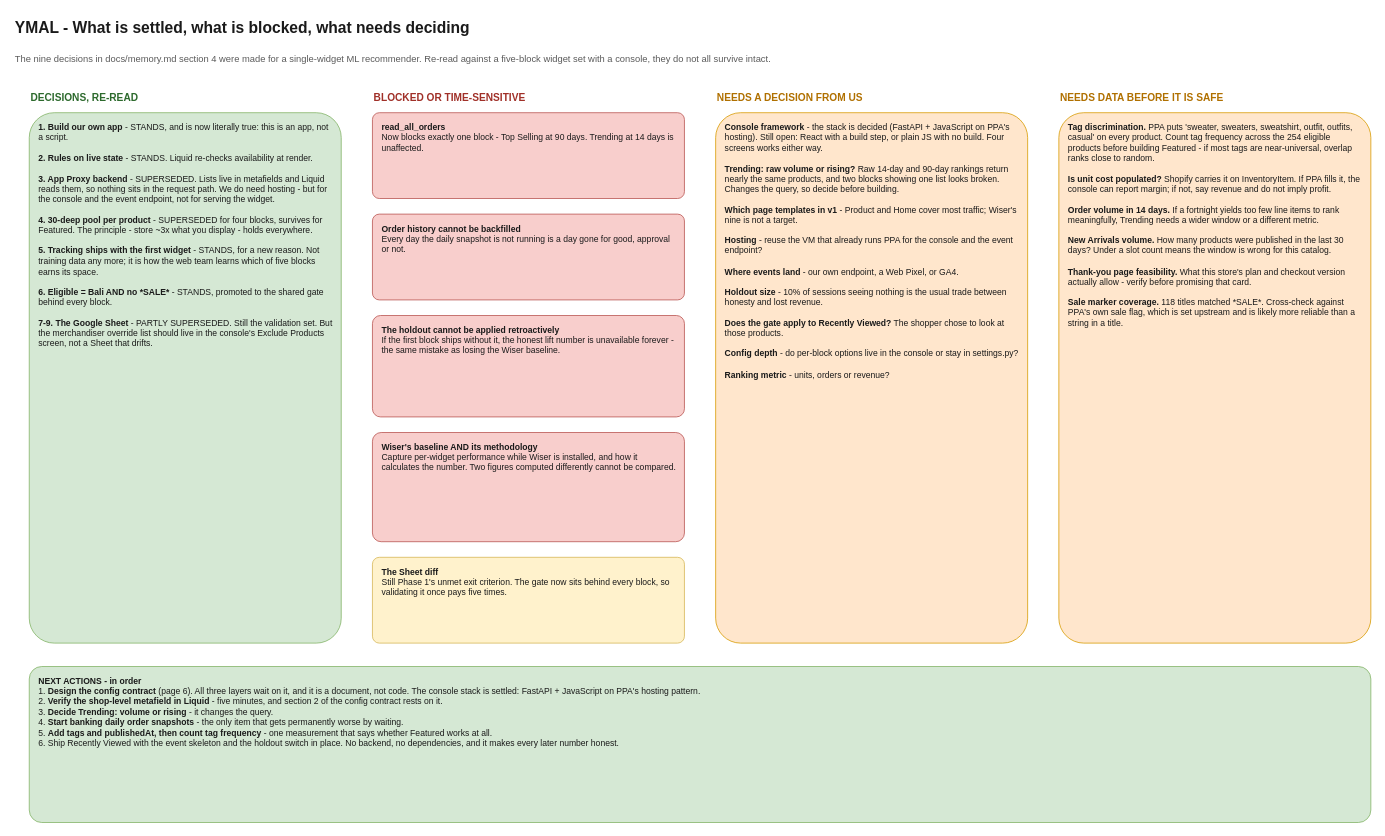
Wooden-Ships-Knits/ymal-project keeps this draw.io diagram as page "9. Decisions and Open Questions" (9 of 9) of docs/ymal-flow.drawio. Above is the earlier version. Source tidied: cells renumbered, new cells numbered last; positions are measured from the earlier drawing's top-left corner, leaving out a move shared by most shapes. Both pictures are drawn from the tidied source at 78%, with x=0, y=0 at pixel (13, 13).
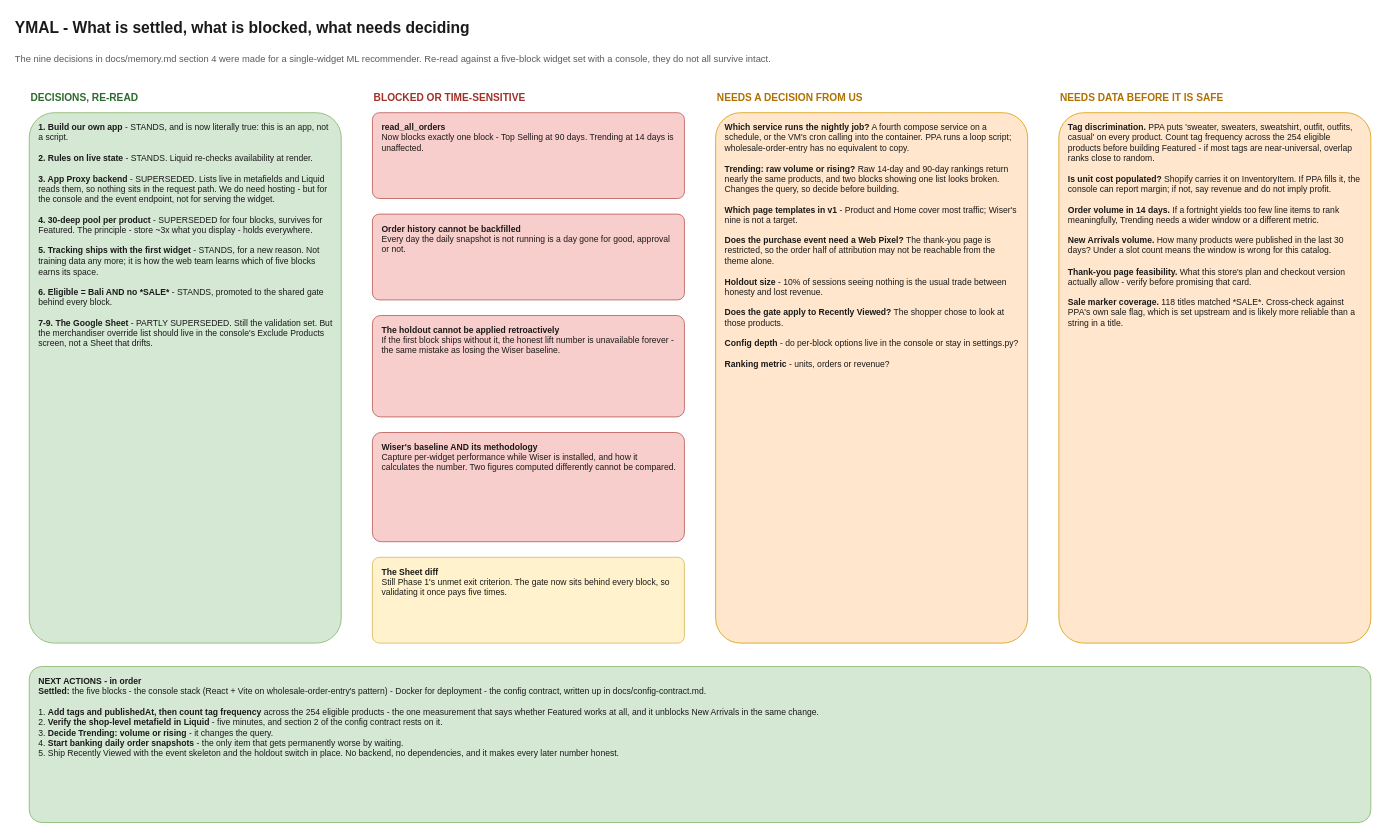
Above is the later version.

Commit message (it also covers changes not shown here):
docs: record the Docker decision and fix drift in the anchor

Diff of the diagram source:
```diff
@@
 <mxGraphModel>
   <root>
     <mxCell id="0" />
     <mxCell id="1" parent="0" />
     <mxCell id="2" value="YMAL - What is settled, what is blocked, what needs deciding" style="text;html=1;align=left;verticalAlign=middle;fontSize=20;fontStyle=1;fontColor=#1A1A1A;" parent="1" vertex="1">
       <mxGeometry width="1150" height="34" as="geometry" />
     </mxCell>
     <mxCell id="3" value="The nine decisions in docs/memory.md section 4 were made for a single-widget ML recommender. Re-read against a five-block widget set with a console, they do not all survive intact." style="text;html=1;align=left;verticalAlign=middle;fontSize=12;fontColor=#5A5A5A;" parent="1" vertex="1">
       <mxGeometry y="38" width="1250" height="40" as="geometry" />
     </mxCell>
     <mxCell id="4" value="DECISIONS, RE-READ" style="text;html=1;align=left;verticalAlign=middle;fontSize=13;fontStyle=1;fontColor=#2D6A2D;" parent="1" vertex="1">
       <mxGeometry x="20" y="92" width="400" height="30" as="geometry" />
     </mxCell>
     <mxCell id="5" value="&lt;b&gt;1. Build our own app&lt;/b&gt;  -  STANDS, and is now literally true: this is an app, not a script.&lt;br&gt;&lt;br&gt;&lt;b&gt;2. Rules on live state&lt;/b&gt;  -  STANDS. Liquid re-checks availability at render.&lt;br&gt;&lt;br&gt;&lt;b&gt;3. App Proxy backend&lt;/b&gt;  -  SUPERSEDED. Lists live in metafields and Liquid reads them, so nothing sits in the request path. We do need hosting - but for the console and the event endpoint, not for serving the widget.&lt;br&gt;&lt;br&gt;&lt;b&gt;4. 30-deep pool per product&lt;/b&gt;  -  SUPERSEDED for four blocks, survives for Featured. The principle - store ~3x what you display - holds everywhere.&lt;br&gt;&lt;br&gt;&lt;b&gt;5. Tracking ships with the first widget&lt;/b&gt;  -  STANDS, for a new reason. Not training data any more; it is how the web team learns which of five blocks earns its space.&lt;br&gt;&lt;br&gt;&lt;b&gt;6. Eligible = Bali AND no *SALE*&lt;/b&gt;  -  STANDS, promoted to the shared gate behind every block.&lt;br&gt;&lt;br&gt;&lt;b&gt;7-9. The Google Sheet&lt;/b&gt;  -  PARTLY SUPERSEDED. Still the validation set. But the merchandiser override list should live in the console's Exclude Products screen, not a Sheet that drifts." style="rounded=1;whiteSpace=wrap;html=1;fillColor=#D5E8D4;strokeColor=#82B366;align=left;verticalAlign=top;spacingLeft=10;spacingRight=10;spacingTop=6;spacingBottom=6;fontSize=11;fontColor=#1A1A1A;arcSize=8;" parent="1" vertex="1">
       <mxGeometry x="20" y="127" width="400" height="680" as="geometry" />
     </mxCell>
     <mxCell id="6" value="BLOCKED OR TIME-SENSITIVE" style="text;html=1;align=left;verticalAlign=middle;fontSize=13;fontStyle=1;fontColor=#A03028;" parent="1" vertex="1">
       <mxGeometry x="460" y="92" width="400" height="30" as="geometry" />
     </mxCell>
     <mxCell id="7" value="&lt;b&gt;read_all_orders&lt;/b&gt;&lt;br&gt;Now blocks exactly one block - Top Selling at 90 days. Trending at 14 days is unaffected." style="rounded=1;whiteSpace=wrap;html=1;fillColor=#F8CECC;strokeColor=#B85450;align=left;verticalAlign=top;spacingLeft=10;spacingRight=10;spacingTop=6;spacingBottom=6;fontSize=11;fontColor=#1A1A1A;arcSize=8;" parent="1" vertex="1">
       <mxGeometry x="460" y="127" width="400" height="110" as="geometry" />
     </mxCell>
     <mxCell id="8" value="&lt;b&gt;Order history cannot be backfilled&lt;/b&gt;&lt;br&gt;Every day the daily snapshot is not running is a day gone for good, approval or not." style="rounded=1;whiteSpace=wrap;html=1;fillColor=#F8CECC;strokeColor=#B85450;align=left;verticalAlign=top;spacingLeft=10;spacingRight=10;spacingTop=6;spacingBottom=6;fontSize=11;fontColor=#1A1A1A;arcSize=8;" parent="1" vertex="1">
       <mxGeometry x="460" y="257" width="400" height="110" as="geometry" />
     </mxCell>
     <mxCell id="9" value="&lt;b&gt;The holdout cannot be applied retroactively&lt;/b&gt;&lt;br&gt;If the first block ships without it, the honest lift number is unavailable forever - the same mistake as losing the Wiser baseline." style="rounded=1;whiteSpace=wrap;html=1;fillColor=#F8CECC;strokeColor=#B85450;align=left;verticalAlign=top;spacingLeft=10;spacingRight=10;spacingTop=6;spacingBottom=6;fontSize=11;fontColor=#1A1A1A;arcSize=8;" parent="1" vertex="1">
       <mxGeometry x="460" y="387" width="400" height="130" as="geometry" />
     </mxCell>
     <mxCell id="10" value="&lt;b&gt;Wiser's baseline AND its methodology&lt;/b&gt;&lt;br&gt;Capture per-widget performance while Wiser is installed, and how it calculates the number. Two figures computed differently cannot be compared." style="rounded=1;whiteSpace=wrap;html=1;fillColor=#F8CECC;strokeColor=#B85450;align=left;verticalAlign=top;spacingLeft=10;spacingRight=10;spacingTop=6;spacingBottom=6;fontSize=11;fontColor=#1A1A1A;arcSize=8;" parent="1" vertex="1">
       <mxGeometry x="460" y="537" width="400" height="140" as="geometry" />
     </mxCell>
     <mxCell id="11" value="&lt;b&gt;The Sheet diff&lt;/b&gt;&lt;br&gt;Still Phase 1's unmet exit criterion. The gate now sits behind every block, so validating it once pays five times." style="rounded=1;whiteSpace=wrap;html=1;fillColor=#FFF2CC;strokeColor=#D6B656;align=left;verticalAlign=top;spacingLeft=10;spacingRight=10;spacingTop=6;spacingBottom=6;fontSize=11;fontColor=#1A1A1A;arcSize=8;" parent="1" vertex="1">
       <mxGeometry x="460" y="697" width="400" height="110" as="geometry" />
     </mxCell>
     <mxCell id="12" value="NEEDS A DECISION FROM US" style="text;html=1;align=left;verticalAlign=middle;fontSize=13;fontStyle=1;fontColor=#B07000;" parent="1" vertex="1">
       <mxGeometry x="900" y="92" width="400" height="30" as="geometry" />
     </mxCell>
-    <mxCell id="13" value="&lt;b&gt;Console framework&lt;/b&gt; - the stack is decided (FastAPI + JavaScript on PPA's hosting). Still open: React with a build step, or plain JS with no build. Four screens works either way.&lt;br&gt;&lt;br&gt;&lt;b&gt;Trending: raw volume or rising?&lt;/b&gt; Raw 14-day and 90-day rankings return nearly the same products, and two blocks showing one list looks broken. Changes the query, so decide before building.&lt;br&gt;&lt;br&gt;&lt;b&gt;Which page templates in v1&lt;/b&gt; - Product and Home cover most traffic; Wiser's nine is not a target.&lt;br&gt;&lt;br&gt;&lt;b&gt;Hosting&lt;/b&gt; - reuse the VM that already runs PPA for the console and the event endpoint?&lt;br&gt;&lt;br&gt;&lt;b&gt;Where events land&lt;/b&gt; - our own endpoint, a Web Pixel, or GA4.&lt;br&gt;&lt;br&gt;&lt;b&gt;Holdout size&lt;/b&gt; - 10% of sessions seeing nothing is the usual trade between honesty and lost revenue.&lt;br&gt;&lt;br&gt;&lt;b&gt;Does the gate apply to Recently Viewed?&lt;/b&gt; The shopper chose to look at those products.&lt;br&gt;&lt;br&gt;&lt;b&gt;Config depth&lt;/b&gt; - do per-block options live in the console or stay in settings.py?&lt;br&gt;&lt;br&gt;&lt;b&gt;Ranking metric&lt;/b&gt; - units, orders or revenue?" style="rounded=1;whiteSpace=wrap;html=1;fillColor=#FFE6CC;strokeColor=#D79B00;align=left;verticalAlign=top;spacingLeft=10;spacingRight=10;spacingTop=6;spacingBottom=6;fontSize=11;fontColor=#1A1A1A;arcSize=8;" parent="1" vertex="1">
+    <mxCell id="13" value="&lt;b&gt;Which service runs the nightly job?&lt;/b&gt; A fourth compose service on a schedule, or the VM's cron calling into the container. PPA runs a loop script; wholesale-order-entry has no equivalent to copy.&lt;br&gt;&lt;br&gt;&lt;b&gt;Trending: raw volume or rising?&lt;/b&gt; Raw 14-day and 90-day rankings return nearly the same products, and two blocks showing one list looks broken. Changes the query, so decide before building.&lt;br&gt;&lt;br&gt;&lt;b&gt;Which page templates in v1&lt;/b&gt; - Product and Home cover most traffic; Wiser's nine is not a target.&lt;br&gt;&lt;br&gt;&lt;b&gt;Does the purchase event need a Web Pixel?&lt;/b&gt; The thank-you page is restricted, so the order half of attribution may not be reachable from the theme alone.&lt;br&gt;&lt;br&gt;&lt;b&gt;Holdout size&lt;/b&gt; - 10% of sessions seeing nothing is the usual trade between honesty and lost revenue.&lt;br&gt;&lt;br&gt;&lt;b&gt;Does the gate apply to Recently Viewed?&lt;/b&gt; The shopper chose to look at those products.&lt;br&gt;&lt;br&gt;&lt;b&gt;Config depth&lt;/b&gt; - do per-block options live in the console or stay in settings.py?&lt;br&gt;&lt;br&gt;&lt;b&gt;Ranking metric&lt;/b&gt; - units, orders or revenue?" style="rounded=1;whiteSpace=wrap;html=1;fillColor=#FFE6CC;strokeColor=#D79B00;align=left;verticalAlign=top;spacingLeft=10;spacingRight=10;spacingTop=6;spacingBottom=6;fontSize=11;fontColor=#1A1A1A;arcSize=8;" parent="1" vertex="1">
       <mxGeometry x="900" y="127" width="400" height="680" as="geometry" />
     </mxCell>
     <mxCell id="14" value="NEEDS DATA BEFORE IT IS SAFE" style="text;html=1;align=left;verticalAlign=middle;fontSize=13;fontStyle=1;fontColor=#B07000;" parent="1" vertex="1">
       <mxGeometry x="1340" y="92" width="400" height="30" as="geometry" />
     </mxCell>
     <mxCell id="15" value="&lt;b&gt;Tag discrimination.&lt;/b&gt; PPA puts 'sweater, sweaters, sweatshirt, outfit, outfits, casual' on every product. Count tag frequency across the 254 eligible products before building Featured - if most tags are near-universal, overlap ranks close to random.&lt;br&gt;&lt;br&gt;&lt;b&gt;Is unit cost populated?&lt;/b&gt; Shopify carries it on InventoryItem. If PPA fills it, the console can report margin; if not, say revenue and do not imply profit.&lt;br&gt;&lt;br&gt;&lt;b&gt;Order volume in 14 days.&lt;/b&gt; If a fortnight yields too few line items to rank meaningfully, Trending needs a wider window or a different metric.&lt;br&gt;&lt;br&gt;&lt;b&gt;New Arrivals volume.&lt;/b&gt; How many products were published in the last 30 days? Under a slot count means the window is wrong for this catalog.&lt;br&gt;&lt;br&gt;&lt;b&gt;Thank-you page feasibility.&lt;/b&gt; What this store's plan and checkout version actually allow - verify before promising that card.&lt;br&gt;&lt;br&gt;&lt;b&gt;Sale marker coverage.&lt;/b&gt; 118 titles matched *SALE*. Cross-check against PPA's own sale flag, which is set upstream and is likely more reliable than a string in a title." style="rounded=1;whiteSpace=wrap;html=1;fillColor=#FFE6CC;strokeColor=#D79B00;align=left;verticalAlign=top;spacingLeft=10;spacingRight=10;spacingTop=6;spacingBottom=6;fontSize=11;fontColor=#1A1A1A;arcSize=8;" parent="1" vertex="1">
       <mxGeometry x="1340" y="127" width="400" height="680" as="geometry" />
     </mxCell>
-    <mxCell id="16" value="&lt;b&gt;NEXT ACTIONS  -  in order&lt;/b&gt;&lt;br&gt;1. &lt;b&gt;Design the config contract&lt;/b&gt; (page 6). All three layers wait on it, and it is a document, not code. The console stack is settled: FastAPI + JavaScript on PPA's hosting pattern.&lt;br&gt;2. &lt;b&gt;Verify the shop-level metafield in Liquid&lt;/b&gt; - five minutes, and section 2 of the config contract rests on it.&lt;br&gt;3. &lt;b&gt;Decide Trending: volume or rising&lt;/b&gt; - it changes the query.&lt;br&gt;4. &lt;b&gt;Start banking daily order snapshots&lt;/b&gt; - the only item that gets permanently worse by waiting.&lt;br&gt;5. &lt;b&gt;Add tags and publishedAt, then count tag frequency&lt;/b&gt; - one measurement that says whether Featured works at all.&lt;br&gt;6. Ship Recently Viewed with the event skeleton and the holdout switch in place. No backend, no dependencies, and it makes every later number honest." style="rounded=1;whiteSpace=wrap;html=1;fillColor=#D5E8D4;strokeColor=#82B366;align=left;verticalAlign=top;spacingLeft=10;spacingRight=10;spacingTop=6;spacingBottom=6;fontSize=11;fontColor=#1A1A1A;arcSize=8;" parent="1" vertex="1">
+    <mxCell id="16" value="&lt;b&gt;NEXT ACTIONS  -  in order&lt;/b&gt;&lt;br&gt;&lt;b&gt;Settled:&lt;/b&gt; the five blocks - the console stack (React + Vite on wholesale-order-entry's pattern) - Docker for deployment - the config contract, written up in docs/config-contract.md.&lt;br&gt;&lt;br&gt;1. &lt;b&gt;Add tags and publishedAt, then count tag frequency&lt;/b&gt; across the 254 eligible products - the one measurement that says whether Featured works at all, and it unblocks New Arrivals in the same change.&lt;br&gt;2. &lt;b&gt;Verify the shop-level metafield in Liquid&lt;/b&gt; - five minutes, and section 2 of the config contract rests on it.&lt;br&gt;3. &lt;b&gt;Decide Trending: volume or rising&lt;/b&gt; - it changes the query.&lt;br&gt;4. &lt;b&gt;Start banking daily order snapshots&lt;/b&gt; - the only item that gets permanently worse by waiting.&lt;br&gt;5. Ship Recently Viewed with the event skeleton and the holdout switch in place. No backend, no dependencies, and it makes every later number honest." style="rounded=1;whiteSpace=wrap;html=1;fillColor=#D5E8D4;strokeColor=#82B366;align=left;verticalAlign=top;spacingLeft=10;spacingRight=10;spacingTop=6;spacingBottom=6;fontSize=11;fontColor=#1A1A1A;arcSize=8;" parent="1" vertex="1">
       <mxGeometry x="20" y="837" width="1720" height="200" as="geometry" />
     </mxCell>
   </root>
 </mxGraphModel>
```
